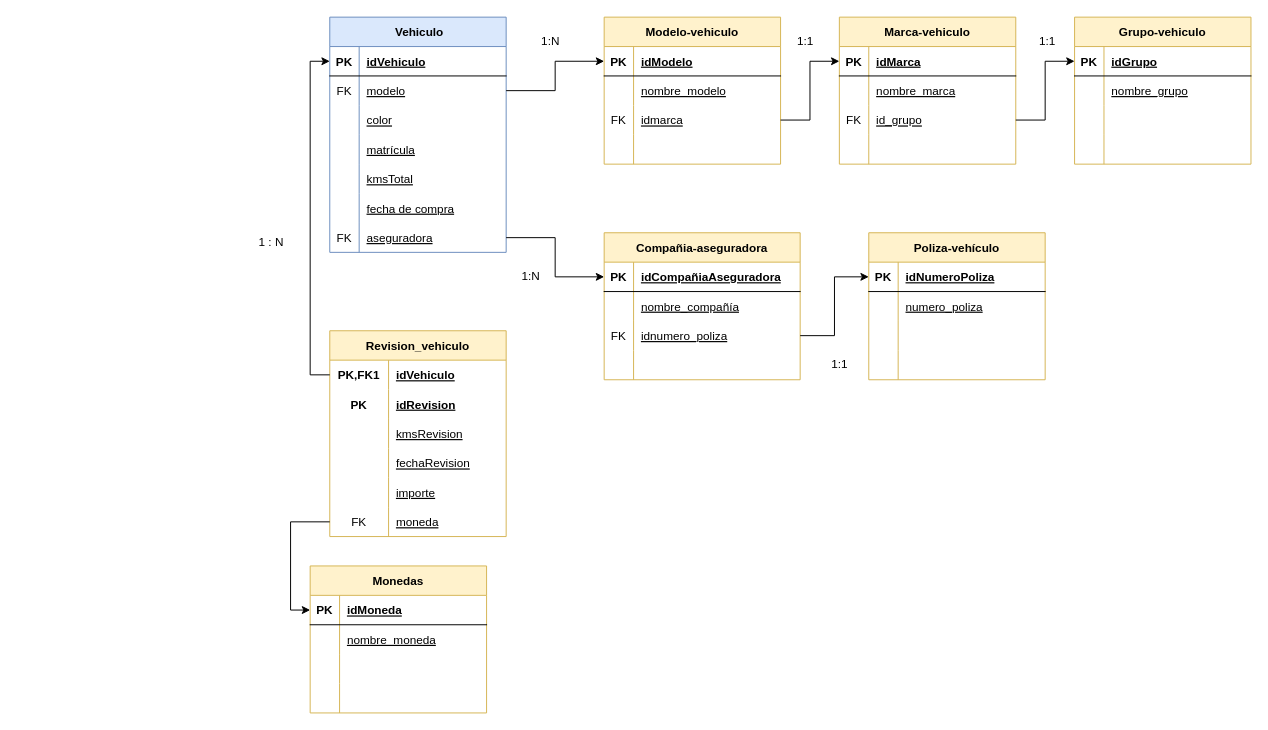
Above: Diagrama.drawio in Edug89/Practica-Modelado-Datos-Introduccion-SQL (draw.io), before the change. Source tidied: cells renumbered, new cells numbered last; positions are measured from the earlier drawing's top-left corner, leaving out a move shared by most shapes. Both pictures are drawn from the tidied source at 98%, with x=0, y=0 at pixel (246, 17).
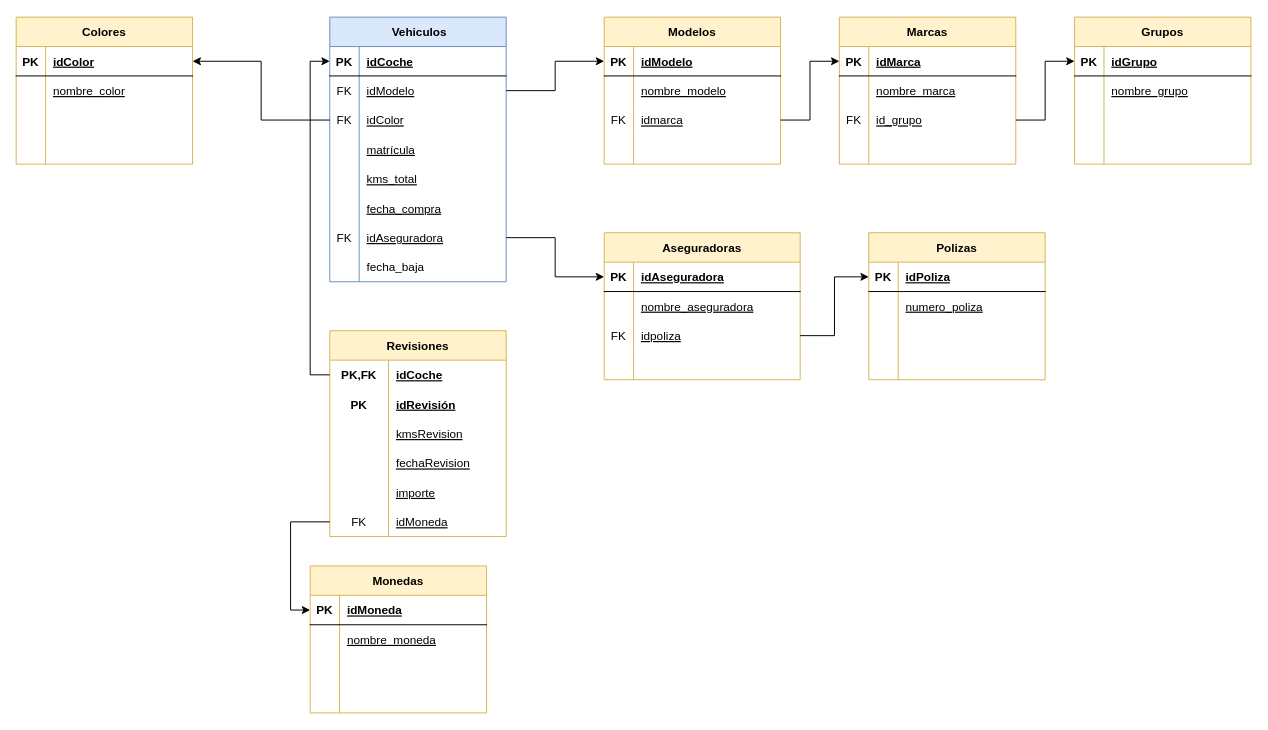
Above is the later version.

Unchanged cells that the change refers to:
```xml
<mxCell id="3" style="shape=tableRow;horizontal=0;startSize=0;swimlaneHead=0;swimlaneBody=0;fillColor=none;points=[[0,0.5],[1,0.5]];portConstraint=eastwest;top=0;left=0;right=0;bottom=1;" parent="2" vertex="1">
  <mxGeometry y="30" width="180" height="30" as="geometry" />
</mxCell>
<mxCell id="6" style="shape=tableRow;horizontal=0;startSize=0;swimlaneHead=0;swimlaneBody=0;fillColor=none;points=[[0,0.5],[1,0.5]];portConstraint=eastwest;top=0;left=0;right=0;bottom=0;fontStyle=4;" parent="2" vertex="1">
  <mxGeometry y="60" width="180" height="30" as="geometry" />
</mxCell>
<mxCell id="9" style="shape=tableRow;horizontal=0;startSize=0;swimlaneHead=0;swimlaneBody=0;fillColor=none;points=[[0,0.5],[1,0.5]];portConstraint=eastwest;top=0;left=0;right=0;bottom=0;fontStyle=4;" parent="2" vertex="1">
  <mxGeometry y="90" width="180" height="30" as="geometry" />
</mxCell>
<mxCell id="15" style="shape=tableRow;horizontal=0;startSize=0;swimlaneHead=0;swimlaneBody=0;fillColor=none;top=0;left=0;right=0;bottom=0;" parent="2" vertex="1">
  <mxGeometry y="150" width="180" height="30" as="geometry" />
</mxCell>
<mxCell id="18" style="shape=tableRow;horizontal=0;startSize=0;swimlaneHead=0;swimlaneBody=0;fillColor=none;top=0;left=0;right=0;bottom=0;" parent="2" vertex="1">
  <mxGeometry y="180" width="180" height="30" as="geometry" />
</mxCell>
<mxCell id="21" style="shape=tableRow;horizontal=0;startSize=0;swimlaneHead=0;swimlaneBody=0;fillColor=none;points=[[0,0.5],[1,0.5]];portConstraint=eastwest;top=0;left=0;right=0;bottom=0;" parent="2" vertex="1">
  <mxGeometry y="210" width="180" height="30" as="geometry" />
</mxCell>
<mxCell id="67" style="shape=tableRow;horizontal=0;startSize=0;swimlaneHead=0;swimlaneBody=0;fillColor=none;points=[[0,0.5],[1,0.5]];portConstraint=eastwest;top=0;left=0;right=0;bottom=1;" parent="66" vertex="1">
  <mxGeometry y="30" width="200" height="30" as="geometry" />
</mxCell>
<mxCell id="70" style="shape=tableRow;horizontal=0;startSize=0;swimlaneHead=0;swimlaneBody=0;fillColor=none;top=0;left=0;right=0;bottom=0;" parent="66" vertex="1">
  <mxGeometry y="60" width="200" height="30" as="geometry" />
</mxCell>
<mxCell id="73" style="shape=tableRow;horizontal=0;startSize=0;swimlaneHead=0;swimlaneBody=0;fillColor=none;points=[[0,0.5],[1,0.5]];portConstraint=eastwest;top=0;left=0;right=0;bottom=0;" parent="66" vertex="1">
  <mxGeometry y="90" width="200" height="30" as="geometry" />
</mxCell>
<mxCell id="81" style="shape=tableRow;horizontal=0;startSize=0;swimlaneHead=0;swimlaneBody=0;fillColor=none;points=[[0,0.5],[1,0.5]];portConstraint=eastwest;top=0;left=0;right=0;bottom=1;" parent="80" vertex="1">
  <mxGeometry y="30" width="180" height="30" as="geometry" />
</mxCell>
<mxCell id="95" style="shape=tableRow;horizontal=0;startSize=0;swimlaneHead=0;swimlaneBody=0;fillColor=none;points=[[0,0.5],[1,0.5]];portConstraint=eastwest;top=0;left=0;right=0;bottom=0;" parent="94" vertex="1">
  <mxGeometry y="30" width="180" height="30" as="geometry" />
</mxCell>
<mxCell id="98" style="shape=tableRow;horizontal=0;startSize=0;swimlaneHead=0;swimlaneBody=0;fillColor=none;top=0;left=0;right=0;bottom=0;" parent="94" vertex="1">
  <mxGeometry y="60" width="180" height="30" as="geometry" />
</mxCell>
<mxCell id="110" style="shape=tableRow;horizontal=0;startSize=0;swimlaneHead=0;swimlaneBody=0;fillColor=none;points=[[0,0.5],[1,0.5]];portConstraint=eastwest;top=0;left=0;right=0;bottom=0;" parent="94" vertex="1">
  <mxGeometry y="180" width="180" height="30" as="geometry" />
</mxCell>
```

The edit, as a diff of the source:
```diff
@@
-    <mxCell id="2" value="    Vehiculo   " style="shape=table;startSize=30;childLayout=tableLayout;rowLines=0;fontStyle=1;align=center;fillColor=#dae8fc;strokeColor=#6c8ebf;" parent="1" vertex="1">
-      <mxGeometry x="85" width="180" height="240" as="geometry" />
+    <mxCell id="2" value="    Vehiculos   " style="shape=table;startSize=30;childLayout=tableLayout;rowLines=0;fontStyle=1;align=center;fillColor=#dae8fc;strokeColor=#6c8ebf;" parent="1" vertex="1">
+      <mxGeometry x="85" width="180" height="270" as="geometry" />
     </mxCell>
@@
-    <mxCell id="5" value="idVehiculo" style="shape=partialRectangle;fillColor=none;top=0;left=0;bottom=0;right=0;align=left;spacingLeft=6;fontStyle=5;overflow=hidden;" parent="3" vertex="1">
+    <mxCell id="5" value="idCoche" style="shape=partialRectangle;fillColor=none;top=0;left=0;bottom=0;right=0;align=left;spacingLeft=6;fontStyle=5;overflow=hidden;" parent="3" vertex="1">
       <mxGeometry x="30" width="150" height="30" as="geometry" />
     </mxCell>
@@
-    <mxCell id="8" value="modelo" style="shape=partialRectangle;fillColor=none;top=0;left=0;bottom=0;right=0;align=left;spacingLeft=6;overflow=hidden;fontStyle=4;" parent="6" vertex="1">
+    <mxCell id="8" value="idModelo" style="shape=partialRectangle;fillColor=none;top=0;left=0;bottom=0;right=0;align=left;spacingLeft=6;overflow=hidden;fontStyle=4;" parent="6" vertex="1">
       <mxGeometry x="30" width="150" height="30" as="geometry" />
     </mxCell>
@@
-    <mxCell id="10" style="shape=partialRectangle;fillColor=none;top=0;left=0;bottom=0;right=0;overflow=hidden;" parent="9" vertex="1">
+    <mxCell id="10" value="FK" style="shape=partialRectangle;fillColor=none;top=0;left=0;bottom=0;right=0;overflow=hidden;" parent="9" vertex="1">
       <mxGeometry width="30" height="30" as="geometry" />
     </mxCell>
-    <mxCell id="11" value="color" style="shape=partialRectangle;fillColor=none;top=0;left=0;bottom=0;right=0;align=left;spacingLeft=6;overflow=hidden;fontStyle=4;" parent="9" vertex="1">
+    <mxCell id="11" value="idColor" style="shape=partialRectangle;fillColor=none;top=0;left=0;bottom=0;right=0;align=left;spacingLeft=6;overflow=hidden;fontStyle=4;" parent="9" vertex="1">
       <mxGeometry x="30" width="150" height="30" as="geometry" />
     </mxCell>
@@
-    <mxCell id="17" value="kmsTotal" style="shape=partialRectangle;fillColor=none;top=0;left=0;bottom=0;right=0;align=left;spacingLeft=6;overflow=hidden;fontStyle=4;" parent="15" vertex="1">
+    <mxCell id="17" value="kms_total" style="shape=partialRectangle;fillColor=none;top=0;left=0;bottom=0;right=0;align=left;spacingLeft=6;overflow=hidden;fontStyle=4;" parent="15" vertex="1">
       <mxGeometry x="30" width="150" height="30" as="geometry" />
     </mxCell>
@@
-    <mxCell id="20" value="fecha de compra" style="shape=partialRectangle;fillColor=none;top=0;left=0;bottom=0;right=0;align=left;spacingLeft=6;overflow=hidden;fontStyle=4;" parent="18" vertex="1">
+    <mxCell id="20" value="fecha_compra" style="shape=partialRectangle;fillColor=none;top=0;left=0;bottom=0;right=0;align=left;spacingLeft=6;overflow=hidden;fontStyle=4;" parent="18" vertex="1">
       <mxGeometry x="30" width="150" height="30" as="geometry" />
     </mxCell>
@@
-    <mxCell id="23" value="aseguradora" style="shape=partialRectangle;fillColor=none;top=0;left=0;bottom=0;right=0;align=left;spacingLeft=6;overflow=hidden;fontStyle=4;" parent="21" vertex="1">
+    <mxCell id="23" value="idAseguradora" style="shape=partialRectangle;fillColor=none;top=0;left=0;bottom=0;right=0;align=left;spacingLeft=6;overflow=hidden;fontStyle=4;" parent="21" vertex="1">
       <mxGeometry x="30" width="150" height="30" as="geometry" />
     </mxCell>
+    <mxCell id="134" style="shape=tableRow;horizontal=0;startSize=0;swimlaneHead=0;swimlaneBody=0;fillColor=none;top=0;left=0;right=0;bottom=0;" parent="2" vertex="1">
+      <mxGeometry y="240" width="180" height="30" as="geometry" />
+    </mxCell>
+    <mxCell id="135" style="shape=partialRectangle;fillColor=none;top=0;left=0;bottom=0;right=0;overflow=hidden;" parent="134" vertex="1">
+      <mxGeometry width="30" height="30" as="geometry" />
+    </mxCell>
+    <mxCell id="136" value="fecha_baja" style="shape=partialRectangle;fillColor=none;top=0;left=0;bottom=0;right=0;align=left;spacingLeft=6;overflow=hidden;fontStyle=0;" parent="134" vertex="1">
+      <mxGeometry x="30" width="150" height="30" as="geometry" />
+    </mxCell>
-    <mxCell id="24" value="Modelo-vehiculo" style="shape=table;startSize=30;childLayout=tableLayout;rowLines=0;fontStyle=1;align=center;fillColor=#fff2cc;strokeColor=#d6b656;" parent="1" vertex="1">
+    <mxCell id="24" value="Modelos" style="shape=table;startSize=30;childLayout=tableLayout;rowLines=0;fontStyle=1;align=center;fillColor=#fff2cc;strokeColor=#d6b656;" parent="1" vertex="1">
       <mxGeometry x="365" width="180" height="150" as="geometry" />
     </mxCell>
@@
-    <mxCell id="38" value="Marca-vehiculo" style="shape=table;startSize=30;childLayout=tableLayout;rowLines=0;fontStyle=1;align=center;fillColor=#fff2cc;strokeColor=#d6b656;" parent="1" vertex="1">
+    <mxCell id="38" value="Marcas" style="shape=table;startSize=30;childLayout=tableLayout;rowLines=0;fontStyle=1;align=center;fillColor=#fff2cc;strokeColor=#d6b656;" parent="1" vertex="1">
       <mxGeometry x="605" width="180" height="150" as="geometry" />
     </mxCell>
@@
-    <mxCell id="52" value="Grupo-vehiculo" style="shape=table;startSize=30;childLayout=tableLayout;rowLines=0;fontStyle=1;align=center;fillColor=#fff2cc;strokeColor=#d6b656;" parent="1" vertex="1">
+    <mxCell id="52" value="Grupos" style="shape=table;startSize=30;childLayout=tableLayout;rowLines=0;fontStyle=1;align=center;fillColor=#fff2cc;strokeColor=#d6b656;" parent="1" vertex="1">
       <mxGeometry x="845" width="180" height="150" as="geometry" />
     </mxCell>
@@
-    <mxCell id="66" value="Compañia-aseguradora" style="shape=table;startSize=30;childLayout=tableLayout;rowLines=0;fontStyle=1;align=center;fillColor=#fff2cc;strokeColor=#d6b656;" parent="1" vertex="1">
+    <mxCell id="66" value="Aseguradoras" style="shape=table;startSize=30;childLayout=tableLayout;rowLines=0;fontStyle=1;align=center;fillColor=#fff2cc;strokeColor=#d6b656;" parent="1" vertex="1">
       <mxGeometry x="365" y="220" width="200" height="150" as="geometry" />
     </mxCell>
@@
-    <mxCell id="69" value="idCompañiaAseguradora" style="shape=partialRectangle;fillColor=none;top=0;left=0;bottom=0;right=0;align=left;spacingLeft=6;fontStyle=5;overflow=hidden;" parent="67" vertex="1">
+    <mxCell id="69" value="idAseguradora" style="shape=partialRectangle;fillColor=none;top=0;left=0;bottom=0;right=0;align=left;spacingLeft=6;fontStyle=5;overflow=hidden;" parent="67" vertex="1">
       <mxGeometry x="30" width="170" height="30" as="geometry" />
     </mxCell>
@@
-    <mxCell id="72" value="nombre_compañía" style="shape=partialRectangle;fillColor=none;top=0;left=0;bottom=0;right=0;align=left;spacingLeft=6;overflow=hidden;fontStyle=4;" parent="70" vertex="1">
+    <mxCell id="72" value="nombre_aseguradora" style="shape=partialRectangle;fillColor=none;top=0;left=0;bottom=0;right=0;align=left;spacingLeft=6;overflow=hidden;fontStyle=4;" parent="70" vertex="1">
       <mxGeometry x="30" width="170" height="30" as="geometry" />
     </mxCell>
@@
-    <mxCell id="75" value="idnumero_poliza" style="shape=partialRectangle;fillColor=none;top=0;left=0;bottom=0;right=0;align=left;spacingLeft=6;overflow=hidden;fontStyle=4;" parent="73" vertex="1">
+    <mxCell id="75" value="idpoliza" style="shape=partialRectangle;fillColor=none;top=0;left=0;bottom=0;right=0;align=left;spacingLeft=6;overflow=hidden;fontStyle=4;" parent="73" vertex="1">
       <mxGeometry x="30" width="170" height="30" as="geometry" />
     </mxCell>
@@
-    <mxCell id="80" value="Poliza-vehículo" style="shape=table;startSize=30;childLayout=tableLayout;rowLines=0;fontStyle=1;align=center;fillColor=#fff2cc;strokeColor=#d6b656;" parent="1" vertex="1">
+    <mxCell id="80" value="Polizas" style="shape=table;startSize=30;childLayout=tableLayout;rowLines=0;fontStyle=1;align=center;fillColor=#fff2cc;strokeColor=#d6b656;" parent="1" vertex="1">
       <mxGeometry x="635" y="220" width="180" height="150" as="geometry" />
     </mxCell>
@@
-    <mxCell id="83" value="idNumeroPoliza" style="shape=partialRectangle;fillColor=none;top=0;left=0;bottom=0;right=0;align=left;spacingLeft=6;fontStyle=5;overflow=hidden;" parent="81" vertex="1">
+    <mxCell id="83" value="idPoliza" style="shape=partialRectangle;fillColor=none;top=0;left=0;bottom=0;right=0;align=left;spacingLeft=6;fontStyle=5;overflow=hidden;" parent="81" vertex="1">
       <mxGeometry x="30" width="150" height="30" as="geometry" />
     </mxCell>
@@
-    <mxCell id="94" value="Revision_vehiculo" style="shape=table;startSize=30;childLayout=tableLayout;rowLines=0;fontStyle=1;align=center;fillColor=#fff2cc;strokeColor=#d6b656;" parent="1" vertex="1">
+    <mxCell id="94" value="Revisiones" style="shape=table;startSize=30;childLayout=tableLayout;rowLines=0;fontStyle=1;align=center;fillColor=#fff2cc;strokeColor=#d6b656;" parent="1" vertex="1">
       <mxGeometry x="85" y="320" width="180" height="210" as="geometry" />
     </mxCell>
@@
-    <mxCell id="96" value="PK,FK1" style="shape=partialRectangle;fillColor=none;top=0;left=0;bottom=0;right=0;fontStyle=1;overflow=hidden;" parent="95" vertex="1">
+    <mxCell id="96" value="PK,FK" style="shape=partialRectangle;fillColor=none;top=0;left=0;bottom=0;right=0;fontStyle=1;overflow=hidden;" parent="95" vertex="1">
       <mxGeometry width="60" height="30" as="geometry" />
     </mxCell>
-    <mxCell id="97" value="idVehiculo" style="shape=partialRectangle;fillColor=none;top=0;left=0;bottom=0;right=0;align=left;spacingLeft=6;fontStyle=5;overflow=hidden;" parent="95" vertex="1">
+    <mxCell id="97" value="idCoche" style="shape=partialRectangle;fillColor=none;top=0;left=0;bottom=0;right=0;align=left;spacingLeft=6;fontStyle=5;overflow=hidden;" parent="95" vertex="1">
       <mxGeometry x="60" width="120" height="30" as="geometry" />
     </mxCell>
@@
-    <mxCell id="100" value="idRevision" style="shape=partialRectangle;fillColor=none;top=0;left=0;bottom=0;right=0;align=left;spacingLeft=6;fontStyle=5;overflow=hidden;" parent="98" vertex="1">
+    <mxCell id="100" value="idRevisión" style="shape=partialRectangle;fillColor=none;top=0;left=0;bottom=0;right=0;align=left;spacingLeft=6;fontStyle=5;overflow=hidden;" parent="98" vertex="1">
       <mxGeometry x="60" width="120" height="30" as="geometry" />
     </mxCell>
@@
-    <mxCell id="112" value="moneda" style="shape=partialRectangle;fillColor=none;top=0;left=0;bottom=0;right=0;align=left;spacingLeft=6;overflow=hidden;fontStyle=4;" parent="110" vertex="1">
+    <mxCell id="112" value="idMoneda" style="shape=partialRectangle;fillColor=none;top=0;left=0;bottom=0;right=0;align=left;spacingLeft=6;overflow=hidden;fontStyle=4;" parent="110" vertex="1">
       <mxGeometry x="60" width="120" height="30" as="geometry" />
     </mxCell>
-    <mxCell id="113" style="edgeStyle=orthogonalEdgeStyle;rounded=0;jettySize=auto;html=1;exitX=0;exitY=0.5;exitDx=0;exitDy=0;entryX=0;entryY=0.5;entryDx=0;entryDy=0;" parent="1" edge="1" source="95" target="3">
-      <mxGeometry relative="1" as="geometry" />
-    </mxCell>
@@
-    <mxCell id="127" value="1:N" style="text;html=1;align=center;verticalAlign=middle;strokeColor=none;fillColor=none;" parent="1" vertex="1">
-      <mxGeometry x="270" y="250" width="40" height="30" as="geometry" />
-    </mxCell>
-    <mxCell id="128" value="1:1" style="text;html=1;align=center;verticalAlign=middle;strokeColor=none;fillColor=none;" parent="1" vertex="1">
-      <mxGeometry x="585" y="340" width="40" height="30" as="geometry" />
-    </mxCell>
-    <mxCell id="129" value="1:N" style="text;html=1;align=center;verticalAlign=middle;strokeColor=none;fillColor=none;" parent="1" vertex="1">
-      <mxGeometry x="290" y="10" width="40" height="30" as="geometry" />
-    </mxCell>
-    <mxCell id="130" value="1:1" style="text;html=1;align=center;verticalAlign=middle;strokeColor=none;fillColor=none;" parent="1" vertex="1">
-      <mxGeometry x="550" y="10" width="40" height="30" as="geometry" />
-    </mxCell>
-    <mxCell id="131" value="1:1" style="text;html=1;align=center;verticalAlign=middle;strokeColor=none;fillColor=none;" parent="1" vertex="1">
-      <mxGeometry x="797" y="10" width="40" height="30" as="geometry" />
-    </mxCell>
@@
-    <mxCell id="133" value="1 : N" style="text;html=1;align=center;verticalAlign=middle;strokeColor=none;fillColor=none;" parent="1" vertex="1">
-      <mxGeometry y="215" width="50" height="30" as="geometry" />
-    </mxCell>
+    <mxCell id="137" value="Colores" style="shape=table;startSize=30;childLayout=tableLayout;rowLines=0;fontStyle=1;align=center;fillColor=#fff2cc;strokeColor=#d6b656;" parent="1" vertex="1">
+      <mxGeometry x="-235" width="180" height="150" as="geometry" />
+    </mxCell>
+    <mxCell id="138" style="shape=tableRow;horizontal=0;startSize=0;swimlaneHead=0;swimlaneBody=0;fillColor=none;points=[[0,0.5],[1,0.5]];portConstraint=eastwest;top=0;left=0;right=0;bottom=1;" parent="137" vertex="1">
+      <mxGeometry y="30" width="180" height="30" as="geometry" />
+    </mxCell>
+    <mxCell id="139" value="PK" style="shape=partialRectangle;fillColor=none;top=0;left=0;bottom=0;right=0;fontStyle=1;overflow=hidden;" parent="138" vertex="1">
+      <mxGeometry width="30" height="30" as="geometry" />
+    </mxCell>
+    <mxCell id="140" value="idColor" style="shape=partialRectangle;fillColor=none;top=0;left=0;bottom=0;right=0;align=left;spacingLeft=6;fontStyle=5;overflow=hidden;" parent="138" vertex="1">
+      <mxGeometry x="30" width="150" height="30" as="geometry" />
+    </mxCell>
+    <mxCell id="141" style="shape=tableRow;horizontal=0;startSize=0;swimlaneHead=0;swimlaneBody=0;fillColor=none;top=0;left=0;right=0;bottom=0;" parent="137" vertex="1">
+      <mxGeometry y="60" width="180" height="30" as="geometry" />
+    </mxCell>
+    <mxCell id="142" style="shape=partialRectangle;fillColor=none;top=0;left=0;bottom=0;right=0;overflow=hidden;" parent="141" vertex="1">
+      <mxGeometry width="30" height="30" as="geometry" />
+    </mxCell>
+    <mxCell id="143" value="nombre_color" style="shape=partialRectangle;fillColor=none;top=0;left=0;bottom=0;right=0;align=left;spacingLeft=6;overflow=hidden;fontStyle=4;" parent="141" vertex="1">
+      <mxGeometry x="30" width="150" height="30" as="geometry" />
+    </mxCell>
+    <mxCell id="144" style="shape=tableRow;horizontal=0;startSize=0;swimlaneHead=0;swimlaneBody=0;fillColor=none;top=0;left=0;right=0;bottom=0;" parent="137" vertex="1">
+      <mxGeometry y="90" width="180" height="30" as="geometry" />
+    </mxCell>
+    <mxCell id="145" style="shape=partialRectangle;fillColor=none;top=0;left=0;bottom=0;right=0;overflow=hidden;" parent="144" vertex="1">
+      <mxGeometry width="30" height="30" as="geometry" />
+    </mxCell>
+    <mxCell id="146" style="shape=partialRectangle;fillColor=none;top=0;left=0;bottom=0;right=0;align=left;spacingLeft=6;overflow=hidden;" parent="144" vertex="1">
+      <mxGeometry x="30" width="150" height="30" as="geometry" />
+    </mxCell>
+    <mxCell id="147" style="shape=tableRow;horizontal=0;startSize=0;swimlaneHead=0;swimlaneBody=0;fillColor=none;top=0;left=0;right=0;bottom=0;" parent="137" vertex="1">
+      <mxGeometry y="120" width="180" height="30" as="geometry" />
+    </mxCell>
+    <mxCell id="148" style="shape=partialRectangle;fillColor=none;top=0;left=0;bottom=0;right=0;overflow=hidden;" parent="147" vertex="1">
+      <mxGeometry width="30" height="30" as="geometry" />
+    </mxCell>
+    <mxCell id="149" style="shape=partialRectangle;fillColor=none;top=0;left=0;bottom=0;right=0;align=left;spacingLeft=6;overflow=hidden;" parent="147" vertex="1">
+      <mxGeometry x="30" width="150" height="30" as="geometry" />
+    </mxCell>
+    <mxCell id="113" style="edgeStyle=orthogonalEdgeStyle;rounded=0;jettySize=auto;html=1;entryX=0;entryY=0.5;entryDx=0;entryDy=0;" parent="1" edge="1" source="95" target="3">
+      <mxGeometry relative="1" as="geometry" />
+    </mxCell>
+    <mxCell id="150" style="edgeStyle=orthogonalEdgeStyle;rounded=0;jettySize=auto;html=1;entryX=1;entryY=0.5;entryDx=0;entryDy=0;" parent="1" edge="1" source="9" target="138">
+      <mxGeometry relative="1" as="geometry" />
+    </mxCell>
```
